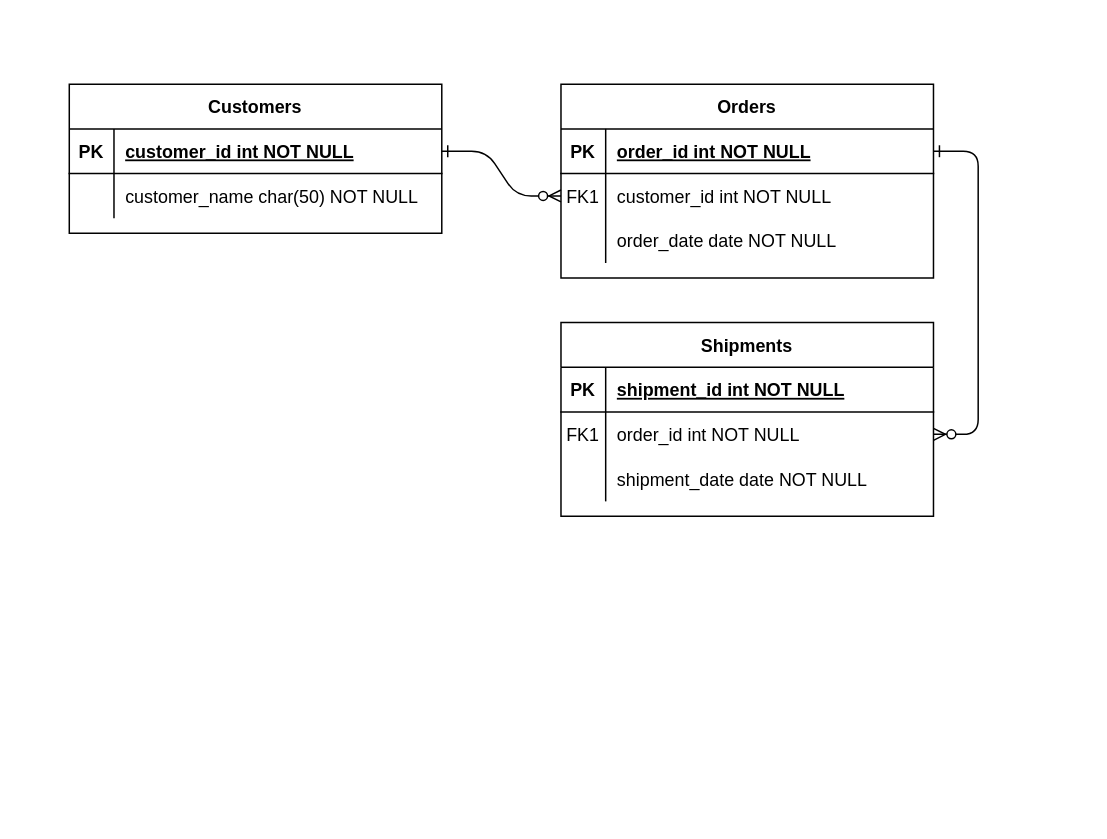
The draw.io diagram Диаграмма без названия.drawio in cartotien/Test-Guru, before the edit. Source tidied: cells renumbered, new cells numbered last; positions are measured from the earlier drawing's top-left corner, leaving out a move shared by most shapes. Both pictures are drawn from the tidied source at 149%, with x=0, y=0 at pixel (69, 83).
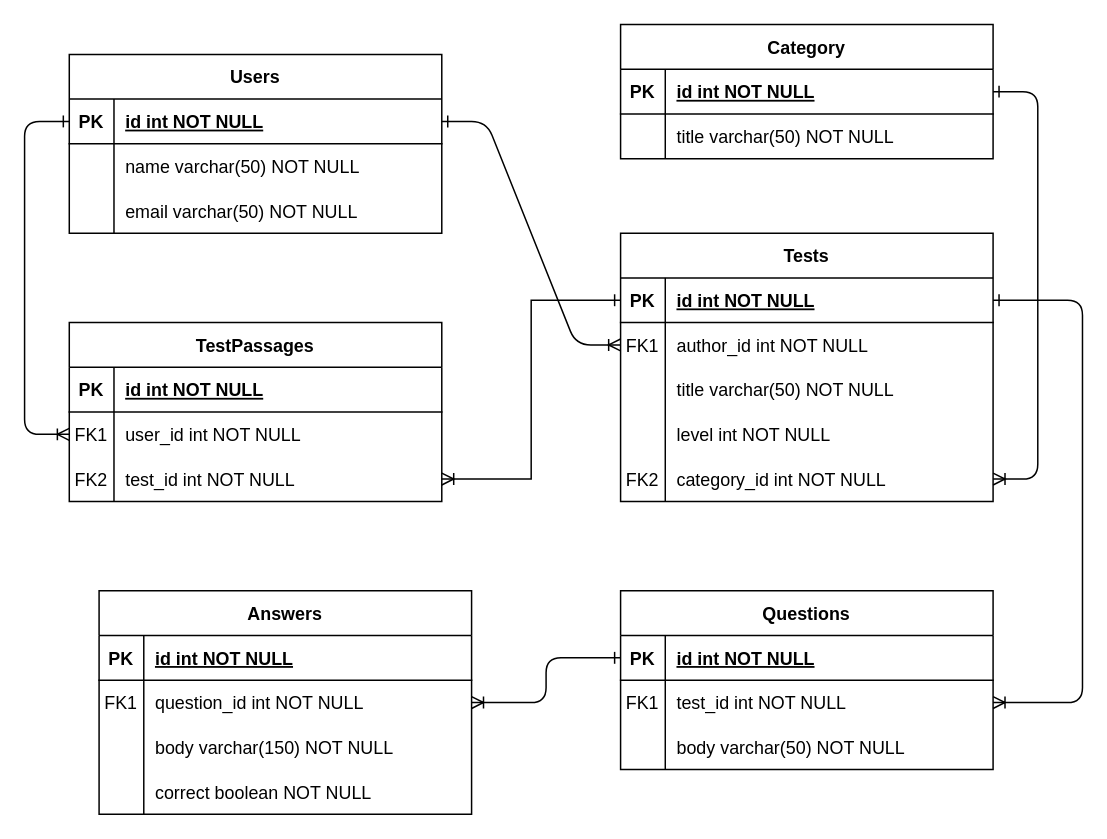
The same page after the edit.

The change refers to these unchanged cells:
```xml
<mxCell id="5" style="shape=partialRectangle;fillColor=none;points=[[0,0.5],[1,0.5]];portConstraint=eastwest;top=0;left=0;right=0;bottom=1;" parent="4" vertex="1">
  <mxGeometry y="30" width="250" height="30" as="geometry" />
</mxCell>
<mxCell id="8" style="shape=partialRectangle;fillColor=none;points=[[0,0.5],[1,0.5]];portConstraint=eastwest;top=0;left=0;right=0;bottom=0;" parent="4" vertex="1">
  <mxGeometry y="60" width="250" height="30" as="geometry" />
</mxCell>
<mxCell id="11" style="shape=partialRectangle;fillColor=none;top=0;left=0;right=0;bottom=0;" parent="4" vertex="1">
  <mxGeometry y="90" width="250" height="30" as="geometry" />
</mxCell>
<mxCell id="15" style="shape=partialRectangle;fillColor=none;points=[[0,0.5],[1,0.5]];portConstraint=eastwest;top=0;left=0;right=0;bottom=1;" parent="14" vertex="1">
  <mxGeometry y="30" width="250" height="30" as="geometry" />
</mxCell>
<mxCell id="18" style="shape=partialRectangle;fillColor=none;points=[[0,0.5],[1,0.5]];portConstraint=eastwest;top=0;left=0;right=0;bottom=0;" parent="14" vertex="1">
  <mxGeometry y="60" width="250" height="30" as="geometry" />
</mxCell>
<mxCell id="25" style="shape=partialRectangle;fillColor=none;points=[[0,0.5],[1,0.5]];portConstraint=eastwest;top=0;left=0;right=0;bottom=1;" parent="24" vertex="1">
  <mxGeometry y="30" width="250" height="30" as="geometry" />
</mxCell>
<mxCell id="28" style="shape=partialRectangle;fillColor=none;top=0;left=0;right=0;bottom=0;" parent="24" vertex="1">
  <mxGeometry y="60" width="250" height="30" as="geometry" />
</mxCell>
```

What changed in the source:
```diff
@@
-    <mxCell id="2" style="edgeStyle=entityRelationEdgeStyle;endArrow=ERzeroToMany;startArrow=ERone;endFill=1;startFill=0;" parent="1" edge="1" source="25" target="8">
+    <mxCell id="2" style="edgeStyle=entityRelationEdgeStyle;endArrow=ERoneToMany;startArrow=ERone;endFill=0;startFill=0;entryX=0;entryY=0.5;entryDx=0;entryDy=0;rounded=1;" parent="1" edge="1" source="25" target="8">
       <mxGeometry relative="1" as="geometry" />
     </mxCell>
-    <mxCell id="3" style="edgeStyle=entityRelationEdgeStyle;endArrow=ERzeroToMany;startArrow=ERone;endFill=1;startFill=0;" parent="1" edge="1" source="5" target="18">
+    <mxCell id="3" style="edgeStyle=entityRelationEdgeStyle;endArrow=ERone;startArrow=ERoneToMany;endFill=0;startFill=0;exitX=1;exitY=0.5;exitDx=0;exitDy=0;entryX=1;entryY=0.5;entryDx=0;entryDy=0;" parent="1" edge="1" source="34" target="15">
       <mxGeometry relative="1" as="geometry" />
     </mxCell>
-    <mxCell id="4" value="Orders" style="shape=table;startSize=30;childLayout=tableLayout;rowLines=0;fontStyle=1;align=center;" parent="1" vertex="1">
-      <mxGeometry x="330" width="250" height="130" as="geometry" />
+    <mxCell id="4" value="Tests" style="shape=table;startSize=30;childLayout=tableLayout;rowLines=0;fontStyle=1;align=center;" parent="1" vertex="1">
+      <mxGeometry x="370" y="100" width="250" height="180" as="geometry" />
     </mxCell>
@@
-    <mxCell id="7" value="order_id int NOT NULL " style="shape=partialRectangle;overflow=hidden;fillColor=none;top=0;left=0;bottom=0;right=0;align=left;spacingLeft=6;fontStyle=5;" parent="5" vertex="1">
+    <mxCell id="7" value="id int NOT NULL " style="shape=partialRectangle;overflow=hidden;fillColor=none;top=0;left=0;bottom=0;right=0;align=left;spacingLeft=6;fontStyle=5;" parent="5" vertex="1">
       <mxGeometry x="30" width="220" height="30" as="geometry" />
     </mxCell>
@@
-    <mxCell id="10" value="customer_id int NOT NULL" style="shape=partialRectangle;overflow=hidden;fillColor=none;top=0;left=0;bottom=0;right=0;align=left;spacingLeft=6;" parent="8" vertex="1">
+    <mxCell id="10" value="author_id int NOT NULL" style="shape=partialRectangle;overflow=hidden;fillColor=none;top=0;left=0;bottom=0;right=0;align=left;spacingLeft=6;" parent="8" vertex="1">
       <mxGeometry x="30" width="220" height="30" as="geometry" />
     </mxCell>
@@
-    <mxCell id="13" value="order_date date NOT NULL" style="shape=partialRectangle;overflow=hidden;fillColor=none;top=0;left=0;bottom=0;right=0;align=left;spacingLeft=6;" parent="11" vertex="1">
+    <mxCell id="13" value="title varchar(50) NOT NULL" style="shape=partialRectangle;overflow=hidden;fillColor=none;top=0;left=0;bottom=0;right=0;align=left;spacingLeft=6;strokeWidth=1;" parent="11" vertex="1">
       <mxGeometry x="30" width="220" height="30" as="geometry" />
     </mxCell>
+    <mxCell id="31" style="shape=partialRectangle;fillColor=none;top=0;left=0;right=0;bottom=0;" parent="4" vertex="1">
+      <mxGeometry y="120" width="250" height="30" as="geometry" />
+    </mxCell>
+    <mxCell id="32" style="shape=partialRectangle;overflow=hidden;fillColor=none;top=0;left=0;bottom=0;right=0;" parent="31" vertex="1">
+      <mxGeometry width="30" height="30" as="geometry" />
+    </mxCell>
+    <mxCell id="33" value="level int NOT NULL" style="shape=partialRectangle;overflow=hidden;fillColor=none;top=0;left=0;bottom=0;right=0;align=left;spacingLeft=6;strokeWidth=1;" parent="31" vertex="1">
+      <mxGeometry x="30" width="220" height="30" as="geometry" />
+    </mxCell>
+    <mxCell id="34" style="shape=partialRectangle;fillColor=none;points=[[0,0.5],[1,0.5]];portConstraint=eastwest;top=0;left=0;right=0;bottom=0;" parent="4" vertex="1">
+      <mxGeometry y="150" width="250" height="30" as="geometry" />
+    </mxCell>
+    <mxCell id="35" value="FK2" style="shape=partialRectangle;overflow=hidden;fillColor=none;top=0;left=0;bottom=0;right=0;" parent="34" vertex="1">
+      <mxGeometry width="30" height="30" as="geometry" />
+    </mxCell>
+    <mxCell id="36" value="category_id int NOT NULL" style="shape=partialRectangle;overflow=hidden;fillColor=none;top=0;left=0;bottom=0;right=0;align=left;spacingLeft=6;" parent="34" vertex="1">
+      <mxGeometry x="30" width="220" height="30" as="geometry" />
+    </mxCell>
-    <mxCell id="14" value="Shipments" style="shape=table;startSize=30;childLayout=tableLayout;rowLines=0;fontStyle=1;align=center;" parent="1" vertex="1">
-      <mxGeometry x="330" y="160" width="250" height="130" as="geometry" />
+    <mxCell id="14" value="Category" style="shape=table;startSize=30;childLayout=tableLayout;rowLines=0;fontStyle=1;align=center;" parent="1" vertex="1">
+      <mxGeometry x="370" y="-40" width="250" height="90" as="geometry" />
     </mxCell>
@@
-    <mxCell id="17" value="shipment_id int NOT NULL " style="shape=partialRectangle;overflow=hidden;fillColor=none;top=0;left=0;bottom=0;right=0;align=left;spacingLeft=6;fontStyle=5;" parent="15" vertex="1">
+    <mxCell id="17" value="id int NOT NULL " style="shape=partialRectangle;overflow=hidden;fillColor=none;top=0;left=0;bottom=0;right=0;align=left;spacingLeft=6;fontStyle=5;" parent="15" vertex="1">
       <mxGeometry x="30" width="220" height="30" as="geometry" />
     </mxCell>
@@
-    <mxCell id="19" value="FK1" style="shape=partialRectangle;overflow=hidden;fillColor=none;top=0;left=0;bottom=0;right=0;" parent="18" vertex="1">
+    <mxCell id="19" style="shape=partialRectangle;overflow=hidden;fillColor=none;top=0;left=0;bottom=0;right=0;" parent="18" vertex="1">
       <mxGeometry width="30" height="30" as="geometry" />
     </mxCell>
-    <mxCell id="20" value="order_id int NOT NULL" style="shape=partialRectangle;overflow=hidden;fillColor=none;top=0;left=0;bottom=0;right=0;align=left;spacingLeft=6;" parent="18" vertex="1">
+    <mxCell id="20" value="title varchar(50) NOT NULL" style="shape=partialRectangle;overflow=hidden;fillColor=none;top=0;left=0;bottom=0;right=0;align=left;spacingLeft=6;" parent="18" vertex="1">
       <mxGeometry x="30" width="220" height="30" as="geometry" />
     </mxCell>
-    <mxCell id="21" style="shape=partialRectangle;fillColor=none;top=0;left=0;right=0;bottom=0;" parent="14" vertex="1">
-      <mxGeometry y="90" width="250" height="30" as="geometry" />
-    </mxCell>
-    <mxCell id="22" style="shape=partialRectangle;overflow=hidden;fillColor=none;top=0;left=0;bottom=0;right=0;" parent="21" vertex="1">
-      <mxGeometry width="30" height="30" as="geometry" />
-    </mxCell>
-    <mxCell id="23" value="shipment_date date NOT NULL" style="shape=partialRectangle;overflow=hidden;fillColor=none;top=0;left=0;bottom=0;right=0;align=left;spacingLeft=6;" parent="21" vertex="1">
-      <mxGeometry x="30" width="220" height="30" as="geometry" />
-    </mxCell>
-    <mxCell id="24" value="Customers" style="shape=table;startSize=30;childLayout=tableLayout;rowLines=0;fontStyle=1;align=center;" parent="1" vertex="1">
-      <mxGeometry width="250" height="100" as="geometry" />
+    <mxCell id="24" value="Users" style="shape=table;startSize=30;childLayout=tableLayout;rowLines=0;fontStyle=1;align=center;" parent="1" vertex="1">
+      <mxGeometry y="-20" width="250" height="120" as="geometry" />
     </mxCell>
@@
-    <mxCell id="27" value="customer_id int NOT NULL " style="shape=partialRectangle;overflow=hidden;fillColor=none;top=0;left=0;bottom=0;right=0;align=left;spacingLeft=6;fontStyle=5;" parent="25" vertex="1">
+    <mxCell id="27" value="id int NOT NULL " style="shape=partialRectangle;overflow=hidden;fillColor=none;top=0;left=0;bottom=0;right=0;align=left;spacingLeft=6;fontStyle=5;" parent="25" vertex="1">
       <mxGeometry x="30" width="220" height="30" as="geometry" />
     </mxCell>
@@
-    <mxCell id="30" value="customer_name char(50) NOT NULL" style="shape=partialRectangle;overflow=hidden;fillColor=none;top=0;left=0;bottom=0;right=0;align=left;spacingLeft=6;" parent="28" vertex="1">
+    <mxCell id="30" value="name varchar(50) NOT NULL" style="shape=partialRectangle;overflow=hidden;fillColor=none;top=0;left=0;bottom=0;right=0;align=left;spacingLeft=6;" parent="28" vertex="1">
       <mxGeometry x="30" width="220" height="30" as="geometry" />
     </mxCell>
+    <mxCell id="37" style="shape=partialRectangle;fillColor=none;top=0;left=0;right=0;bottom=0;" parent="24" vertex="1">
+      <mxGeometry y="90" width="250" height="30" as="geometry" />
+    </mxCell>
+    <mxCell id="38" style="shape=partialRectangle;overflow=hidden;fillColor=none;top=0;left=0;bottom=0;right=0;" parent="37" vertex="1">
+      <mxGeometry width="30" height="30" as="geometry" />
+    </mxCell>
+    <mxCell id="39" value="email varchar(50) NOT NULL" style="shape=partialRectangle;overflow=hidden;fillColor=none;top=0;left=0;bottom=0;right=0;align=left;spacingLeft=6;" parent="37" vertex="1">
+      <mxGeometry x="30" width="220" height="30" as="geometry" />
+    </mxCell>
+    <mxCell id="40" value="TestPassages" style="shape=table;startSize=30;childLayout=tableLayout;rowLines=0;fontStyle=1;align=center;" parent="1" vertex="1">
+      <mxGeometry y="160" width="250" height="120" as="geometry" />
+    </mxCell>
+    <mxCell id="41" style="shape=partialRectangle;fillColor=none;top=0;left=0;right=0;bottom=1;" parent="40" vertex="1">
+      <mxGeometry y="30" width="250" height="30" as="geometry" />
+    </mxCell>
+    <mxCell id="42" value="PK" style="shape=partialRectangle;overflow=hidden;fillColor=none;top=0;left=0;bottom=0;right=0;fontStyle=1;" parent="41" vertex="1">
+      <mxGeometry width="30" height="30" as="geometry" />
+    </mxCell>
+    <mxCell id="43" value="id int NOT NULL " style="shape=partialRectangle;overflow=hidden;fillColor=none;top=0;left=0;bottom=0;right=0;align=left;spacingLeft=6;fontStyle=5;" parent="41" vertex="1">
+      <mxGeometry x="30" width="220" height="30" as="geometry" />
+    </mxCell>
+    <mxCell id="44" style="shape=partialRectangle;fillColor=none;points=[[0,0.5],[1,0.5]];portConstraint=eastwest;top=0;left=0;right=0;bottom=0;" parent="40" vertex="1">
+      <mxGeometry y="60" width="250" height="30" as="geometry" />
+    </mxCell>
+    <mxCell id="45" style="shape=partialRectangle;overflow=hidden;fillColor=none;top=0;left=0;bottom=0;right=0;" parent="44" vertex="1">
+      <mxGeometry width="30" height="30" as="geometry" />
+    </mxCell>
+    <mxCell id="46" value="user_id int NOT NULL" style="shape=partialRectangle;overflow=hidden;fillColor=none;top=0;left=0;bottom=0;right=0;align=left;spacingLeft=6;" parent="44" vertex="1">
+      <mxGeometry x="30" width="220" height="30" as="geometry" />
+    </mxCell>
+    <mxCell id="47" style="shape=partialRectangle;fillColor=none;points=[[0,0.5],[1,0.5]];portConstraint=eastwest;top=0;left=0;right=0;bottom=0;" parent="40" vertex="1">
+      <mxGeometry y="90" width="250" height="30" as="geometry" />
+    </mxCell>
+    <mxCell id="48" style="shape=partialRectangle;overflow=hidden;fillColor=none;top=0;left=0;bottom=0;right=0;" parent="47" vertex="1">
+      <mxGeometry width="30" height="30" as="geometry" />
+    </mxCell>
+    <mxCell id="49" value="test_id int NOT NULL" style="shape=partialRectangle;overflow=hidden;fillColor=none;top=0;left=0;bottom=0;right=0;align=left;spacingLeft=6;" parent="47" vertex="1">
+      <mxGeometry x="30" width="220" height="30" as="geometry" />
+    </mxCell>
+    <mxCell id="50" value="FK1" style="shape=partialRectangle;overflow=hidden;fillColor=none;top=0;left=0;bottom=0;right=0;" parent="1" vertex="1">
+      <mxGeometry y="220" width="30" height="30" as="geometry" />
+    </mxCell>
+    <mxCell id="51" value="FK2" style="shape=partialRectangle;overflow=hidden;fillColor=none;top=0;left=0;bottom=0;right=0;" parent="1" vertex="1">
+      <mxGeometry y="250" width="30" height="30" as="geometry" />
+    </mxCell>
+    <mxCell id="52" style="edgeStyle=orthogonalEdgeStyle;jettySize=auto;html=1;endArrow=ERoneToMany;endFill=0;exitX=0;exitY=0.5;exitDx=0;exitDy=0;startArrow=ERone;startFill=0;rounded=1;" parent="1" edge="1" source="25" target="44">
+      <mxGeometry relative="1" as="geometry">
+        <Array as="points">
+          <mxPoint x="-30" y="25" />
+          <mxPoint x="-30" y="235" />
+        </Array>
+      </mxGeometry>
+    </mxCell>
+    <mxCell id="53" style="edgeStyle=orthogonalEdgeStyle;rounded=0;jettySize=auto;html=1;startArrow=ERone;startFill=0;endArrow=ERoneToMany;endFill=0;" parent="1" edge="1" source="5" target="47">
+      <mxGeometry relative="1" as="geometry" />
+    </mxCell>
+    <mxCell id="54" value="Questions" style="shape=table;startSize=30;childLayout=tableLayout;rowLines=0;fontStyle=1;align=center;" parent="1" vertex="1">
+      <mxGeometry x="370" y="340" width="250" height="120" as="geometry" />
+    </mxCell>
+    <mxCell id="55" style="shape=partialRectangle;fillColor=none;points=[[0,0.5],[1,0.5]];portConstraint=eastwest;top=0;left=0;right=0;bottom=1;" parent="54" vertex="1">
+      <mxGeometry y="30" width="250" height="30" as="geometry" />
+    </mxCell>
+    <mxCell id="56" value="PK" style="shape=partialRectangle;overflow=hidden;fillColor=none;top=0;left=0;bottom=0;right=0;fontStyle=1;" parent="55" vertex="1">
+      <mxGeometry width="30" height="30" as="geometry" />
+    </mxCell>
+    <mxCell id="57" value="id int NOT NULL " style="shape=partialRectangle;overflow=hidden;fillColor=none;top=0;left=0;bottom=0;right=0;align=left;spacingLeft=6;fontStyle=5;" parent="55" vertex="1">
+      <mxGeometry x="30" width="220" height="30" as="geometry" />
+    </mxCell>
+    <mxCell id="58" style="shape=partialRectangle;fillColor=none;points=[[0,0.5],[1,0.5]];portConstraint=eastwest;top=0;left=0;right=0;bottom=0;" parent="54" vertex="1">
+      <mxGeometry y="60" width="250" height="30" as="geometry" />
+    </mxCell>
+    <mxCell id="59" value="FK1" style="shape=partialRectangle;overflow=hidden;fillColor=none;top=0;left=0;bottom=0;right=0;" parent="58" vertex="1">
+      <mxGeometry width="30" height="30" as="geometry" />
+    </mxCell>
+    <mxCell id="60" value="test_id int NOT NULL" style="shape=partialRectangle;overflow=hidden;fillColor=none;top=0;left=0;bottom=0;right=0;align=left;spacingLeft=6;" parent="58" vertex="1">
+      <mxGeometry x="30" width="220" height="30" as="geometry" />
+    </mxCell>
+    <mxCell id="61" style="shape=partialRectangle;fillColor=none;top=0;left=0;right=0;bottom=0;" parent="54" vertex="1">
+      <mxGeometry y="90" width="250" height="30" as="geometry" />
+    </mxCell>
+    <mxCell id="62" style="shape=partialRectangle;overflow=hidden;fillColor=none;top=0;left=0;bottom=0;right=0;" parent="61" vertex="1">
+      <mxGeometry width="30" height="30" as="geometry" />
+    </mxCell>
+    <mxCell id="63" value="body varchar(50) NOT NULL" style="shape=partialRectangle;overflow=hidden;fillColor=none;top=0;left=0;bottom=0;right=0;align=left;spacingLeft=6;strokeWidth=1;" parent="61" vertex="1">
+      <mxGeometry x="30" width="220" height="30" as="geometry" />
+    </mxCell>
+    <mxCell id="64" value="Answers" style="shape=table;startSize=30;childLayout=tableLayout;rowLines=0;fontStyle=1;align=center;" parent="1" vertex="1">
+      <mxGeometry x="20" y="340" width="250" height="150" as="geometry" />
+    </mxCell>
+    <mxCell id="65" style="shape=partialRectangle;fillColor=none;top=0;left=0;right=0;bottom=1;" parent="64" vertex="1">
+      <mxGeometry y="30" width="250" height="30" as="geometry" />
+    </mxCell>
+    <mxCell id="66" value="PK" style="shape=partialRectangle;overflow=hidden;fillColor=none;top=0;left=0;bottom=0;right=0;fontStyle=1;" parent="65" vertex="1">
+      <mxGeometry width="30" height="30" as="geometry" />
+    </mxCell>
+    <mxCell id="67" value="id int NOT NULL " style="shape=partialRectangle;overflow=hidden;fillColor=none;top=0;left=0;bottom=0;right=0;align=left;spacingLeft=6;fontStyle=5;" parent="65" vertex="1">
+      <mxGeometry x="30" width="220" height="30" as="geometry" />
+    </mxCell>
+    <mxCell id="68" style="shape=partialRectangle;fillColor=none;points=[[0,0.5],[1,0.5]];portConstraint=eastwest;top=0;left=0;right=0;bottom=0;" parent="64" vertex="1">
+      <mxGeometry y="60" width="250" height="30" as="geometry" />
+    </mxCell>
+    <mxCell id="69" value="FK1" style="shape=partialRectangle;overflow=hidden;fillColor=none;top=0;left=0;bottom=0;right=0;" parent="68" vertex="1">
+      <mxGeometry width="30" height="30" as="geometry" />
+    </mxCell>
+    <mxCell id="70" value="question_id int NOT NULL" style="shape=partialRectangle;overflow=hidden;fillColor=none;top=0;left=0;bottom=0;right=0;align=left;spacingLeft=6;" parent="68" vertex="1">
+      <mxGeometry x="30" width="220" height="30" as="geometry" />
+    </mxCell>
+    <mxCell id="71" style="shape=partialRectangle;fillColor=none;top=0;left=0;right=0;bottom=0;" parent="64" vertex="1">
+      <mxGeometry y="90" width="250" height="30" as="geometry" />
+    </mxCell>
+    <mxCell id="72" style="shape=partialRectangle;overflow=hidden;fillColor=none;top=0;left=0;bottom=0;right=0;" parent="71" vertex="1">
+      <mxGeometry width="30" height="30" as="geometry" />
+    </mxCell>
+    <mxCell id="73" value="body varchar(150) NOT NULL" style="shape=partialRectangle;overflow=hidden;fillColor=none;top=0;left=0;bottom=0;right=0;align=left;spacingLeft=6;strokeWidth=1;" parent="71" vertex="1">
+      <mxGeometry x="30" width="220" height="30" as="geometry" />
+    </mxCell>
+    <mxCell id="74" style="shape=partialRectangle;fillColor=none;top=0;left=0;right=0;bottom=0;" parent="64" vertex="1">
+      <mxGeometry y="120" width="250" height="30" as="geometry" />
+    </mxCell>
+    <mxCell id="75" style="shape=partialRectangle;overflow=hidden;fillColor=none;top=0;left=0;bottom=0;right=0;" parent="74" vertex="1">
+      <mxGeometry width="30" height="30" as="geometry" />
+    </mxCell>
+    <mxCell id="76" value="correct boolean NOT NULL" style="shape=partialRectangle;overflow=hidden;fillColor=none;top=0;left=0;bottom=0;right=0;align=left;spacingLeft=6;strokeWidth=1;" parent="74" vertex="1">
+      <mxGeometry x="30" width="220" height="30" as="geometry" />
+    </mxCell>
+    <mxCell id="77" style="edgeStyle=orthogonalEdgeStyle;rounded=1;jettySize=auto;html=1;startArrow=ERone;startFill=0;endArrow=ERoneToMany;endFill=0;" parent="1" edge="1" source="5" target="58">
+      <mxGeometry relative="1" as="geometry">
+        <Array as="points">
+          <mxPoint x="680" y="145" />
+          <mxPoint x="680" y="415" />
+        </Array>
+      </mxGeometry>
+    </mxCell>
+    <mxCell id="78" style="edgeStyle=orthogonalEdgeStyle;rounded=1;jettySize=auto;html=1;startArrow=ERone;startFill=0;endArrow=ERoneToMany;endFill=0;" parent="1" edge="1" source="55" target="68">
+      <mxGeometry relative="1" as="geometry" />
+    </mxCell>
```
